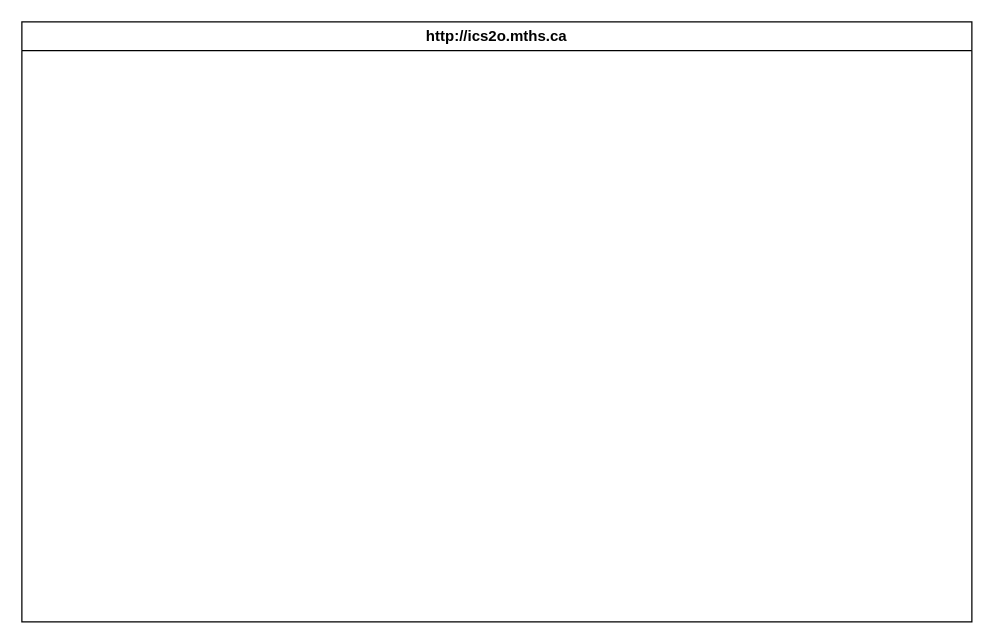
The draw.io diagram design/storyboard.drawio in MTHS-ICD2O-1-2023/ICD2O-Unit-5-07-kai-nguyen-4, before the edit. Source tidied: cells renumbered, new cells numbered last; positions are measured from the earlier drawing's top-left corner, leaving out a move shared by most shapes. Both pictures are drawn from the tidied source at 125%, with x=0, y=0 at pixel (21, 21).
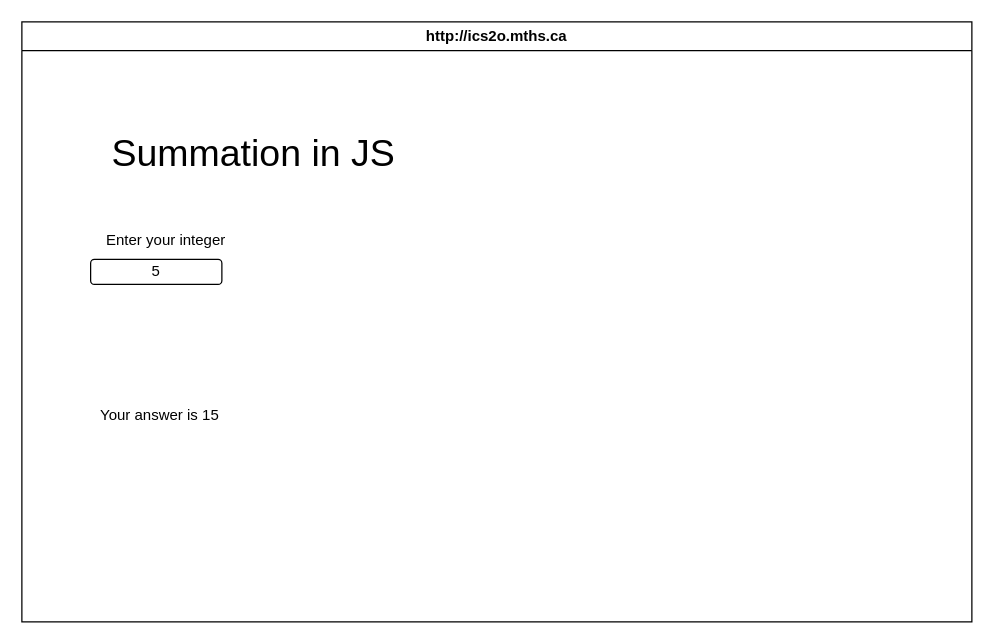
The same diagram, later.

What changed in the source:
```diff
@@
 <mxGraphModel>
   <root>
     <mxCell id="0" />
     <mxCell id="1" parent="0" />
     <mxCell id="2" value="http://ics2o.mths.ca" style="swimlane;whiteSpace=wrap;html=1;" parent="1" vertex="1">
       <mxGeometry width="760" height="480" as="geometry" />
     </mxCell>
+    <mxCell id="3" value="&lt;font style=&quot;font-size: 30px;&quot;&gt;Summation in JS&lt;/font&gt;" style="text;html=1;align=center;verticalAlign=middle;strokeColor=none;fillColor=none;" parent="1" vertex="1">
+      <mxGeometry x="60" y="80" width="250" height="50" as="geometry" />
+    </mxCell>
+    <mxCell id="4" value="Enter your integer" style="text;html=1;align=center;verticalAlign=middle;strokeColor=none;fillColor=none;fontSize=12;" parent="1" vertex="1">
+      <mxGeometry x="55" y="160" width="120" height="30" as="geometry" />
+    </mxCell>
+    <mxCell id="5" value="5" style="rounded=1;whiteSpace=wrap;html=1;fontSize=12;" parent="1" vertex="1">
+      <mxGeometry x="55" y="190" width="105" height="20" as="geometry" />
+    </mxCell>
+    <mxCell id="6" value="Your answer is 15" style="text;html=1;align=center;verticalAlign=middle;strokeColor=none;fillColor=none;fontSize=12;" parent="1" vertex="1">
+      <mxGeometry x="50" y="300" width="120" height="30" as="geometry" />
+    </mxCell>
   </root>
 </mxGraphModel>
```
